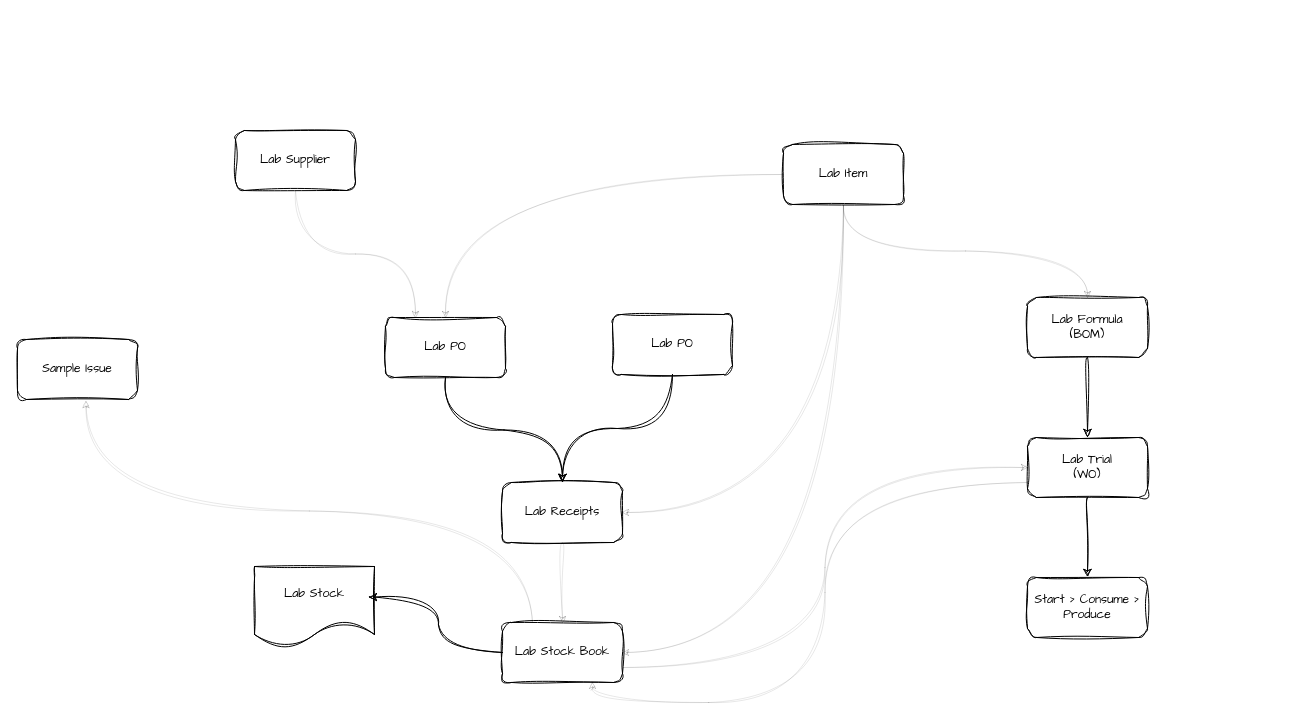
Before: Lab Module Flow.drawio in asoral/draw.io, a draw.io diagram. Source tidied: cells renumbered, new cells numbered last; positions are measured from the earlier drawing's top-left corner, leaving out a move shared by most shapes. Both pictures are drawn from the tidied source at 100%, with x=0, y=0 at pixel (17, 130).
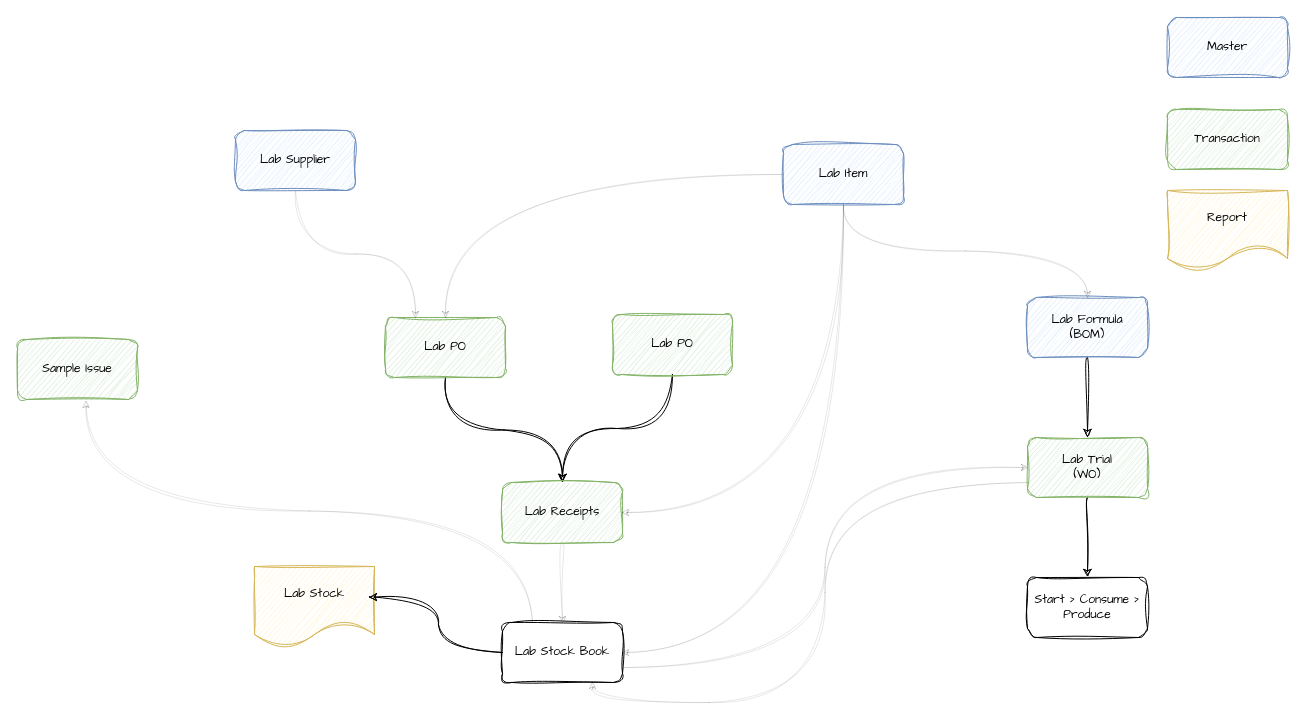
The same page after the edit.

Diff of the diagram source:
```diff
@@
-    <mxCell id="3" value="Lab PO" style="rounded=1;whiteSpace=wrap;html=1;sketch=1;hachureGap=4;jiggle=2;curveFitting=1;fontFamily=Architects Daughter;" parent="1" vertex="1">
+    <mxCell id="3" value="Lab PO" style="rounded=1;whiteSpace=wrap;html=1;sketch=1;hachureGap=4;jiggle=2;curveFitting=1;fontFamily=Architects Daughter;fillColor=#d5e8d4;strokeColor=#82b366;" parent="1" vertex="1">
       <mxGeometry x="368" y="187" width="120" height="60" as="geometry" />
     </mxCell>
@@
-    <mxCell id="5" value="Lab PO" style="rounded=1;whiteSpace=wrap;html=1;sketch=1;hachureGap=4;jiggle=2;curveFitting=1;fontFamily=Architects Daughter;" parent="1" vertex="1">
+    <mxCell id="5" value="Lab PO" style="rounded=1;whiteSpace=wrap;html=1;sketch=1;hachureGap=4;jiggle=2;curveFitting=1;fontFamily=Architects Daughter;fillColor=#d5e8d4;strokeColor=#82b366;" parent="1" vertex="1">
       <mxGeometry x="595" y="184" width="120" height="60" as="geometry" />
     </mxCell>
@@
-    <mxCell id="7" value="Lab Receipts" style="rounded=1;whiteSpace=wrap;html=1;sketch=1;hachureGap=4;jiggle=2;curveFitting=1;fontFamily=Architects Daughter;" parent="1" vertex="1">
+    <mxCell id="7" value="Lab Receipts" style="rounded=1;whiteSpace=wrap;html=1;sketch=1;hachureGap=4;jiggle=2;curveFitting=1;fontFamily=Architects Daughter;fillColor=#d5e8d4;strokeColor=#82b366;" parent="1" vertex="1">
       <mxGeometry x="485" y="352" width="120" height="60" as="geometry" />
     </mxCell>
@@
-    <mxCell id="10" value="Lab Stock" style="shape=document;whiteSpace=wrap;html=1;boundedLbl=1;rounded=1;sketch=1;hachureGap=4;jiggle=2;curveFitting=1;fontFamily=Architects Daughter;" parent="1" vertex="1">
+    <mxCell id="10" value="Lab Stock" style="shape=document;whiteSpace=wrap;html=1;boundedLbl=1;rounded=1;sketch=1;hachureGap=4;jiggle=2;curveFitting=1;fontFamily=Architects Daughter;fillColor=#fff2cc;strokeColor=#d6b656;" parent="1" vertex="1">
       <mxGeometry x="237" y="436" width="120" height="80" as="geometry" />
     </mxCell>
@@
-    <mxCell id="13" value="Lab Formula&lt;div&gt;(BOM)&lt;/div&gt;" style="rounded=1;whiteSpace=wrap;html=1;sketch=1;hachureGap=4;jiggle=2;curveFitting=1;fontFamily=Architects Daughter;" parent="1" vertex="1">
+    <mxCell id="13" value="Lab Formula&lt;div&gt;(BOM)&lt;/div&gt;" style="rounded=1;whiteSpace=wrap;html=1;sketch=1;hachureGap=4;jiggle=2;curveFitting=1;fontFamily=Architects Daughter;fillColor=#dae8fc;strokeColor=#6c8ebf;" parent="1" vertex="1">
       <mxGeometry x="1010" y="167" width="120" height="60" as="geometry" />
     </mxCell>
@@
-    <mxCell id="18" value="Lab Item" style="rounded=1;whiteSpace=wrap;html=1;sketch=1;hachureGap=4;jiggle=2;curveFitting=1;fontFamily=Architects Daughter;" parent="1" vertex="1">
+    <mxCell id="18" value="Lab Item" style="rounded=1;whiteSpace=wrap;html=1;sketch=1;hachureGap=4;jiggle=2;curveFitting=1;fontFamily=Architects Daughter;fillColor=#dae8fc;strokeColor=#6c8ebf;" parent="1" vertex="1">
       <mxGeometry x="766" y="14" width="120" height="60" as="geometry" />
     </mxCell>
@@
-    <mxCell id="21" value="Lab Trial&lt;div&gt;(WO)&lt;/div&gt;" style="whiteSpace=wrap;html=1;fontFamily=Architects Daughter;rounded=1;sketch=1;hachureGap=4;jiggle=2;curveFitting=1;" parent="1" vertex="1">
+    <mxCell id="21" value="Lab Trial&lt;div&gt;(WO)&lt;/div&gt;" style="whiteSpace=wrap;html=1;fontFamily=Architects Daughter;rounded=1;sketch=1;hachureGap=4;jiggle=2;curveFitting=1;fillColor=#d5e8d4;strokeColor=#82b366;" parent="1" vertex="1">
       <mxGeometry x="1010" y="307" width="120" height="60" as="geometry" />
     </mxCell>
@@
-    <mxCell id="23" value="Sample Issue" style="rounded=1;whiteSpace=wrap;html=1;sketch=1;hachureGap=4;jiggle=2;curveFitting=1;fontFamily=Architects Daughter;" parent="1" vertex="1">
+    <mxCell id="23" value="Sample Issue" style="rounded=1;whiteSpace=wrap;html=1;sketch=1;hachureGap=4;jiggle=2;curveFitting=1;fontFamily=Architects Daughter;fillColor=#d5e8d4;strokeColor=#82b366;" parent="1" vertex="1">
       <mxGeometry y="209" width="120" height="60" as="geometry" />
     </mxCell>
@@
-    <mxCell id="26" value="Lab Supplier" style="rounded=1;whiteSpace=wrap;html=1;sketch=1;hachureGap=4;jiggle=2;curveFitting=1;fontFamily=Architects Daughter;" parent="1" vertex="1">
+    <mxCell id="26" value="Lab Supplier" style="rounded=1;whiteSpace=wrap;html=1;sketch=1;hachureGap=4;jiggle=2;curveFitting=1;fontFamily=Architects Daughter;fillColor=#dae8fc;strokeColor=#6c8ebf;" parent="1" vertex="1">
       <mxGeometry x="218" width="120" height="60" as="geometry" />
     </mxCell>
+    <mxCell id="27" value="Master" style="rounded=1;whiteSpace=wrap;html=1;sketch=1;hachureGap=4;jiggle=2;curveFitting=1;fontFamily=Architects Daughter;fillColor=#dae8fc;strokeColor=#6c8ebf;" parent="1" vertex="1">
+      <mxGeometry x="1150" y="-113" width="120" height="60" as="geometry" />
+    </mxCell>
+    <mxCell id="28" value="Transaction" style="whiteSpace=wrap;html=1;fontFamily=Architects Daughter;rounded=1;sketch=1;hachureGap=4;jiggle=2;curveFitting=1;fillColor=#d5e8d4;strokeColor=#82b366;" parent="1" vertex="1">
+      <mxGeometry x="1150" y="-21" width="120" height="60" as="geometry" />
+    </mxCell>
+    <mxCell id="29" value="Report" style="shape=document;whiteSpace=wrap;html=1;boundedLbl=1;rounded=1;sketch=1;hachureGap=4;jiggle=2;curveFitting=1;fontFamily=Architects Daughter;fillColor=#fff2cc;strokeColor=#d6b656;" parent="1" vertex="1">
+      <mxGeometry x="1150" y="60" width="120" height="80" as="geometry" />
+    </mxCell>
```
